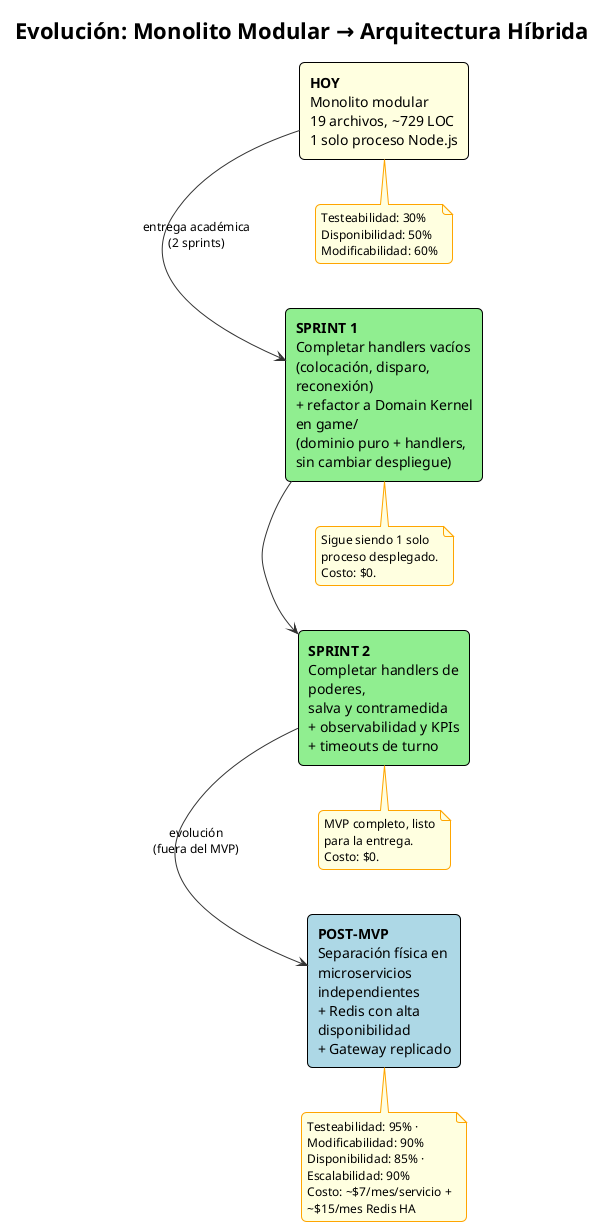
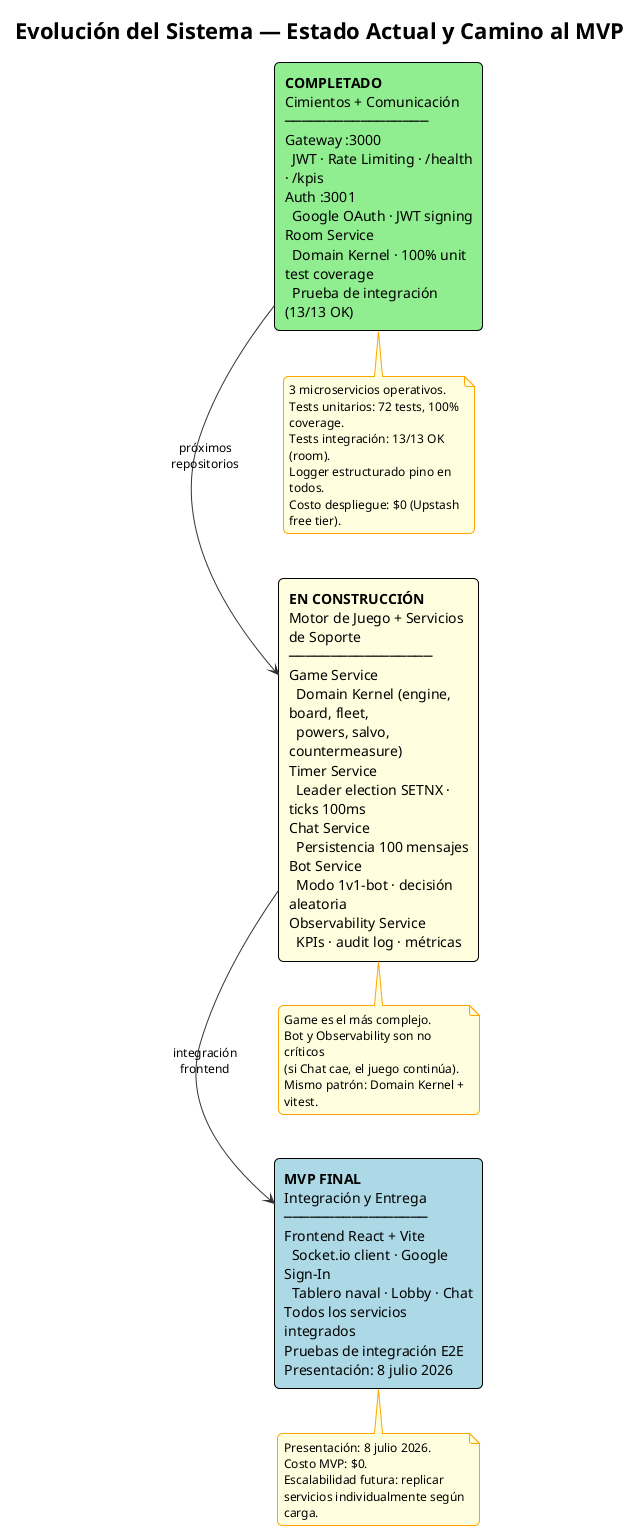
- @startuml 04-evolucion-monolito-a-microservicios
+ @startuml 04-evolucion-microservicios

- title Evolución: Monolito Modular → Arquitectura Híbrida
+ title Evolución del Sistema — Estado Actual y Camino al MVP

!theme plain
left to right direction
skinparam defaultFontName Consolas
skinparam wrapWidth 190
skinparam nodesep 45
skinparam ranksep 70
skinparam shadowing false
skinparam roundCorner 10
skinparam rectangle {
  BorderColor Black
  FontSize 14
}
skinparam note {
  BackgroundColor LightYellow
  BorderColor Orange
  FontSize 12
}
skinparam ArrowColor #333333
skinparam ArrowFontSize 12

- rectangle "**HOY**\nMonolito modular\n19 archivos, ~729 LOC\n1 solo proceso Node.js" as Hoy #LightYellow
+ rectangle "**COMPLETADO**\nCimientos + Comunicación\n─────────────────\nGateway :3000\n  JWT · Rate Limiting · /health · /kpis\nAuth :3001\n  Google OAuth · JWT signing\nRoom Service\n  Domain Kernel · 100% unit test coverage\n  Prueba de integración (13/13 OK)" as Hecho #LightGreen

- rectangle "**SPRINT 1**\nCompletar handlers vacíos\n(colocación, disparo, reconexión)\n+ refactor a Domain Kernel en game/\n(dominio puro + handlers, sin cambiar despliegue)" as Sprint1 #LightGreen
+ rectangle "**EN CONSTRUCCIÓN**\nMotor de Juego + Servicios de Soporte\n─────────────────\nGame Service\n  Domain Kernel (engine, board, fleet,\n  powers, salvo, countermeasure)\nTimer Service\n  Leader election SETNX · ticks 100ms\nChat Service\n  Persistencia 100 mensajes\nBot Service\n  Modo 1v1-bot · decisión aleatoria\nObservability Service\n  KPIs · audit log · métricas" as EnCurso #LightYellow

- rectangle "**SPRINT 2**\nCompletar handlers de poderes,\nsalva y contramedida\n+ observabilidad y KPIs\n+ timeouts de turno" as Sprint2 #LightGreen
+ rectangle "**MVP FINAL**\nIntegración y Entrega\n─────────────────\nFrontend React + Vite\n  Socket.io client · Google Sign-In\n  Tablero naval · Lobby · Chat\nTodos los servicios integrados\nPruebas de integración E2E\nPresentación: 8 julio 2026" as MVP #LightBlue

- rectangle "**POST-MVP**\nSeparación física en\nmicroservicios independientes\n+ Redis con alta disponibilidad\n+ Gateway replicado" as PostMVP #LightBlue
+ Hecho -right-> EnCurso : próximos\nrepositorios
+ EnCurso -right-> MVP : integración\nfrontend

- Hoy -right-> Sprint1 : entrega académica\n(2 sprints)
- Sprint1 -right-> Sprint2
- Sprint2 -right-> PostMVP : evolución\n(fuera del MVP)
- 
- note bottom of Hoy
-   Testeabilidad: 30%
-   Disponibilidad: 50%
-   Modificabilidad: 60%
+ note bottom of Hecho
+   3 microservicios operativos.
+   Tests unitarios: 72 tests, 100% coverage.
+   Tests integración: 13/13 OK (room).
+   Logger estructurado pino en todos.
+   Costo despliegue: $0 (Upstash free tier).
end note

- note bottom of Sprint1
-   Sigue siendo 1 solo
-   proceso desplegado.
-   Costo: $0.
+ note bottom of EnCurso
+   Game es el más complejo.
+   Bot y Observability son no críticos
+   (si Chat cae, el juego continúa).
+   Mismo patrón: Domain Kernel + vitest.
end note

- note bottom of Sprint2
-   MVP completo, listo
-   para la entrega.
-   Costo: $0.
- end note
- 
- note bottom of PostMVP
-   Testeabilidad: 95% · Modificabilidad: 90%
-   Disponibilidad: 85% · Escalabilidad: 90%
-   Costo: ~$7/mes/servicio + ~$15/mes Redis HA
+ note bottom of MVP
+   Presentación: 8 julio 2026.
+   Costo MVP: $0.
+   Escalabilidad futura: replicar
+   servicios individualmente según carga.
end note

@enduml
